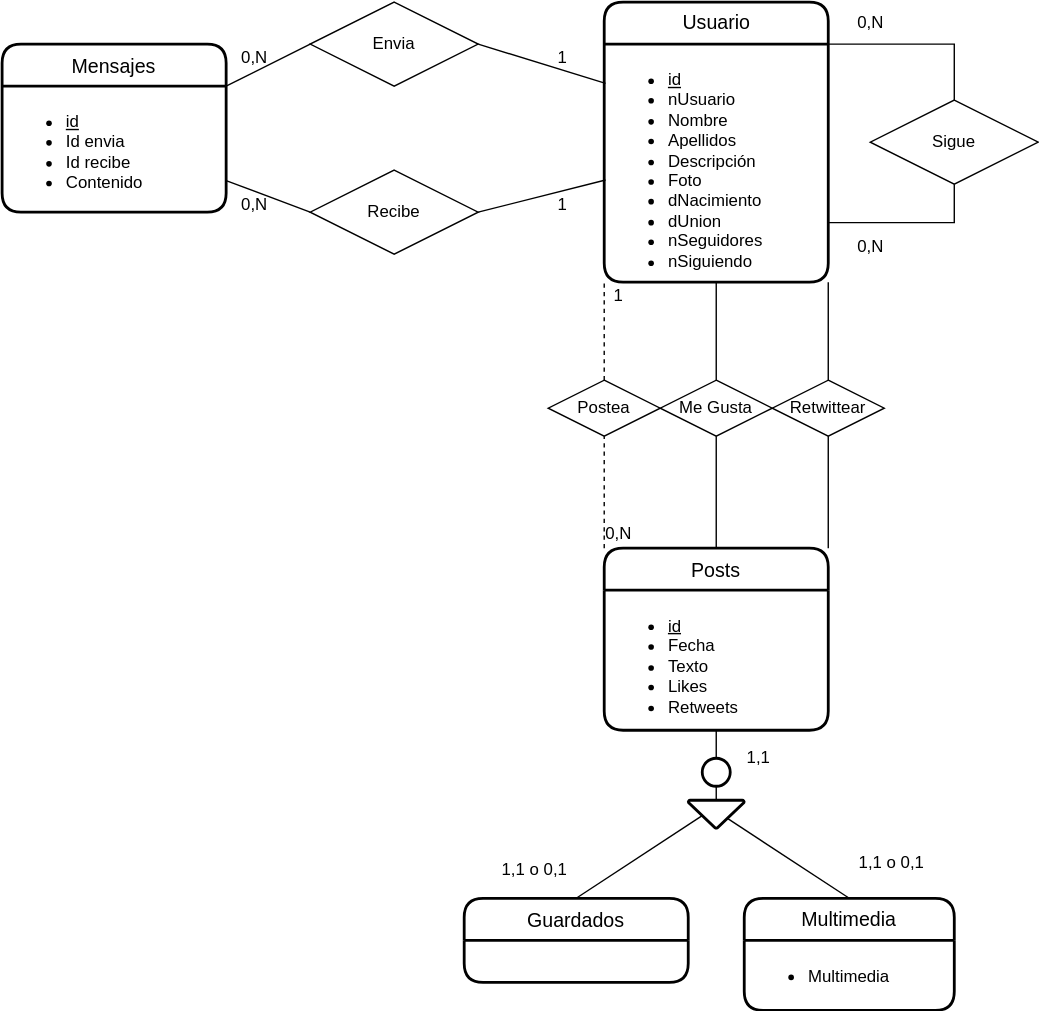
Before: UD12-16.svg, a diagram exported from draw.io (Jimxx22/C3-UD11-UML). Source tidied: cells renumbered, new cells last; positions are measured from the earlier drawing's top-left corner, leaving out a move shared by most shapes.
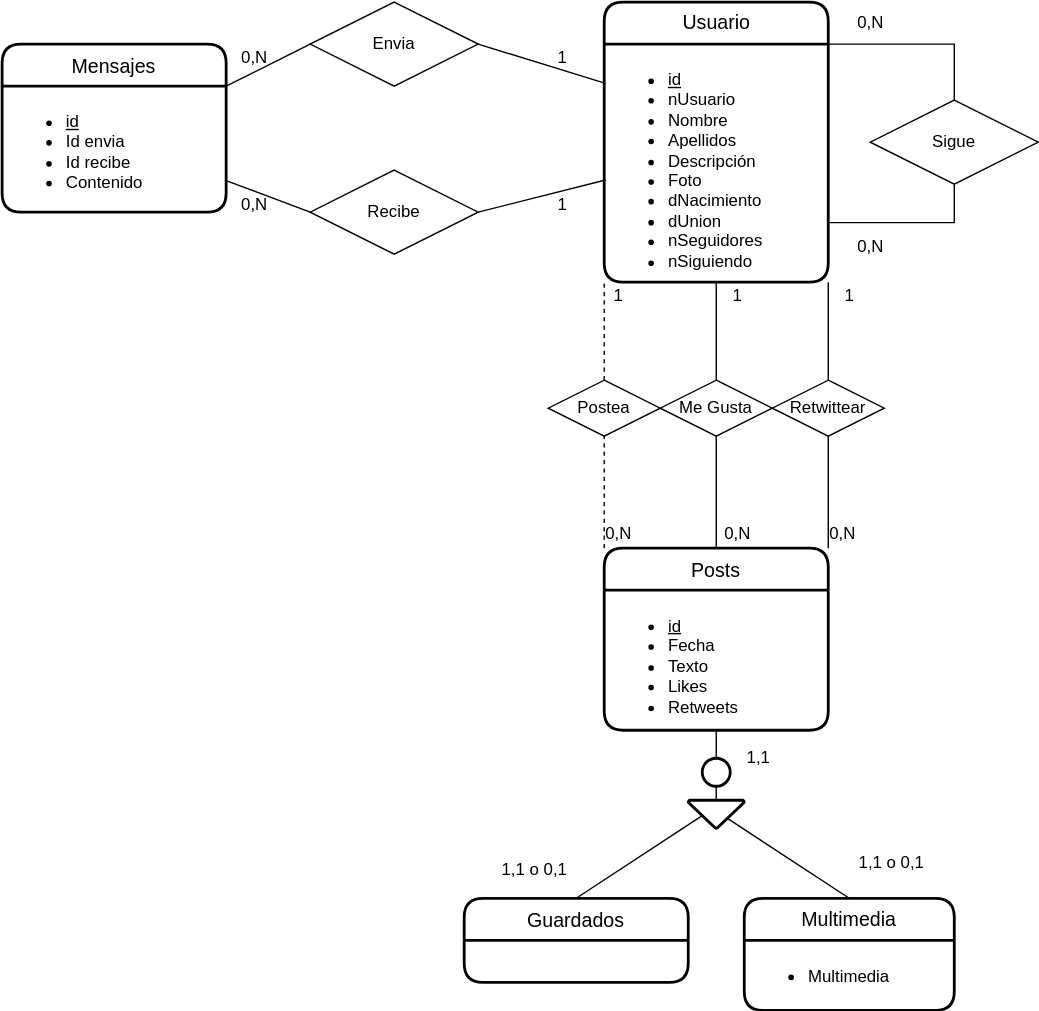
The same diagram one commit later.

Change to the diagram source:
```diff
@@ -138,5 +138,17 @@
     <mxCell id="45" value="0,N" style="text;html=1;align=center;verticalAlign=middle;strokeColor=none;fillColor=none;" parent="1" vertex="1">
       <mxGeometry x="420" y="365" width="40" height="30" as="geometry" />
     </mxCell>
+    <mxCell id="46" value="1" style="text;html=1;align=center;verticalAlign=middle;strokeColor=none;fillColor=none;" parent="1" vertex="1">
+      <mxGeometry x="510" y="195" width="30" height="30" as="geometry" />
+    </mxCell>
+    <mxCell id="47" value="1" style="text;html=1;align=center;verticalAlign=middle;strokeColor=none;fillColor=none;" parent="1" vertex="1">
+      <mxGeometry x="590" y="195" width="30" height="30" as="geometry" />
+    </mxCell>
+    <mxCell id="48" value="0,N" style="text;html=1;align=center;verticalAlign=middle;strokeColor=none;fillColor=none;" parent="1" vertex="1">
+      <mxGeometry x="505" y="365" width="40" height="30" as="geometry" />
+    </mxCell>
+    <mxCell id="49" value="0,N" style="text;html=1;align=center;verticalAlign=middle;strokeColor=none;fillColor=none;" parent="1" vertex="1">
+      <mxGeometry x="580" y="365" width="40" height="30" as="geometry" />
+    </mxCell>
   </root>
 </mxGraphModel>
```
